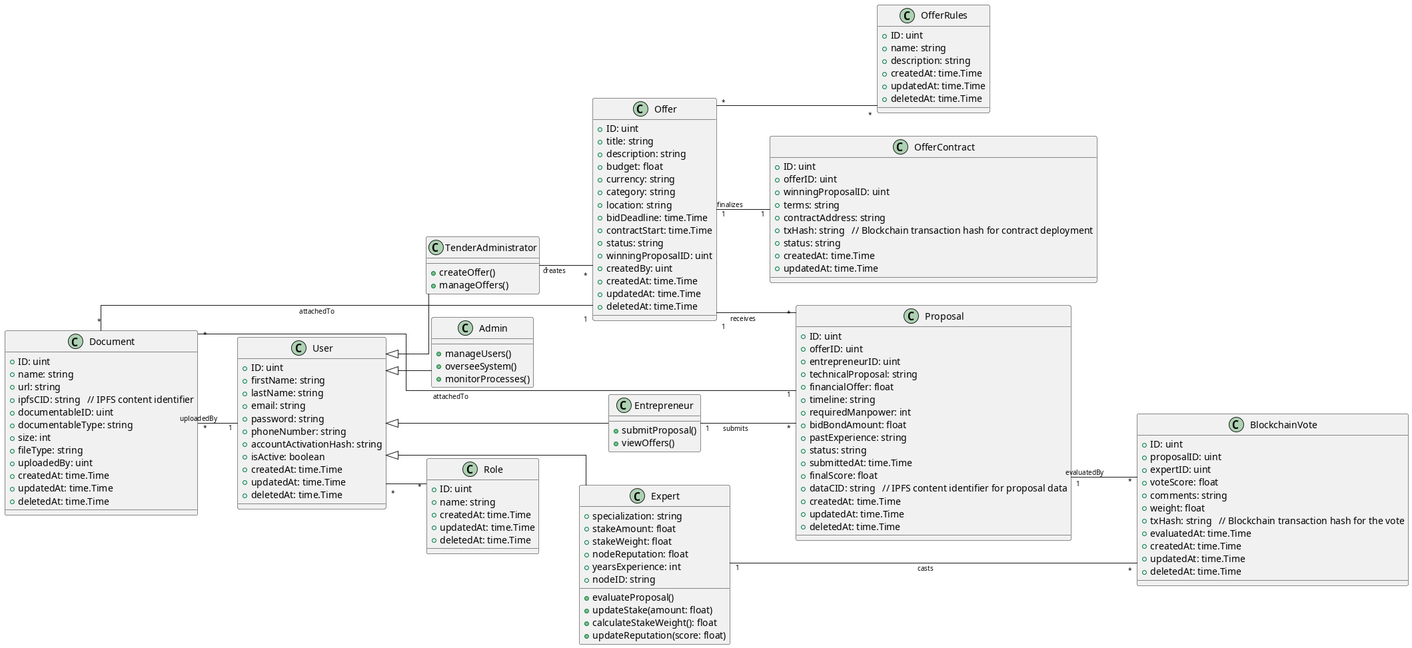
Earlier version of the PlantUML export UML/class.png (Brondont/Anchora).
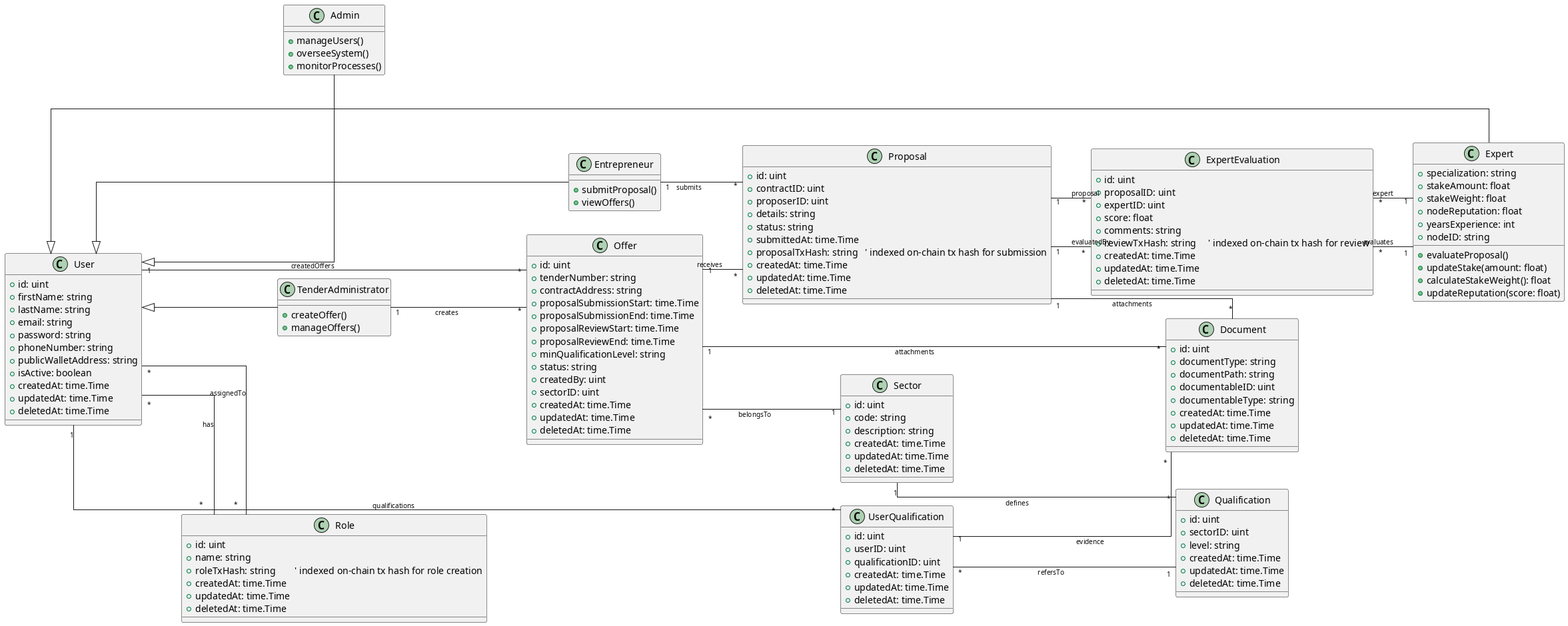
After the commit.

Change to the diagram source:
```diff
@@ -4,13 +4,13 @@
 skinparam ArrowFontSize 10
 
 class User {
-  +ID: uint
+  +id: uint
   +firstName: string
   +lastName: string
   +email: string
   +password: string
   +phoneNumber: string
-  +accountActivationHash: string
+  +publicWalletAddress: string
   +isActive: boolean
   +createdAt: time.Time
   +updatedAt: time.Time
@@ -47,98 +47,92 @@
 }
 
 class Role {
-  +ID: uint
+  +id: uint
   +name: string
+  +roleTxHash: string        ' indexed on-chain tx hash for role creation
+  +createdAt: time.Time
+  +updatedAt: time.Time
+  +deletedAt: time.Time
+}
+
+class Sector {
+  +id: uint
+  +code: string
+  +description: string
   +createdAt: time.Time
   +updatedAt: time.Time
   +deletedAt: time.Time
 }
 
 class Offer {
-  +ID: uint
-  +title: string
-  +description: string
-  +budget: float
-  +currency: string
-  +category: string
-  +location: string
-  +bidDeadline: time.Time
-  +contractStart: time.Time
+  +id: uint
+  +tenderNumber: string
+  +contractAddress: string
+  +proposalSubmissionStart: time.Time
+  +proposalSubmissionEnd: time.Time
+  +proposalReviewStart: time.Time
+  +proposalReviewEnd: time.Time
+  +minQualificationLevel: string
   +status: string
-  +winningProposalID: uint
   +createdBy: uint
+  +sectorID: uint
   +createdAt: time.Time
   +updatedAt: time.Time
   +deletedAt: time.Time
 }
 
 class Proposal {
-  +ID: uint
-  +offerID: uint
-  +entrepreneurID: uint
-  +technicalProposal: string
-  +financialOffer: float
-  +timeline: string
-  +requiredManpower: int
-  +bidBondAmount: float
-  +pastExperience: string
+  +id: uint
+  +contractID: uint
+  +proposerID: uint
+  +details: string
   +status: string
   +submittedAt: time.Time
-  +finalScore: float
-  +dataCID: string   // IPFS content identifier for proposal data
+  +proposalTxHash: string   ' indexed on-chain tx hash for submission
   +createdAt: time.Time
   +updatedAt: time.Time
   +deletedAt: time.Time
 }
 
-class BlockchainVote {
-  +ID: uint
+class ExpertEvaluation {
+  +id: uint
   +proposalID: uint
   +expertID: uint
-  +voteScore: float
+  +score: float
   +comments: string
-  +weight: float
-  +txHash: string   // Blockchain transaction hash for the vote
-  +evaluatedAt: time.Time
+  +reviewTxHash: string     ' indexed on-chain tx hash for review
+  +createdAt: time.Time
+  +updatedAt: time.Time
+  +deletedAt: time.Time
+}
+
+class Qualification {
+  +id: uint
+  +sectorID: uint
+  +level: string
+  +createdAt: time.Time
+  +updatedAt: time.Time
+  +deletedAt: time.Time
+}
+
+class UserQualification {
+  +id: uint
+  +userID: uint
+  +qualificationID: uint
   +createdAt: time.Time
   +updatedAt: time.Time
   +deletedAt: time.Time
 }
 
 class Document {
-  +ID: uint
-  +name: string
-  +url: string
-  +ipfsCID: string   // IPFS content identifier
+  +id: uint
+  +documentType: string
+  +documentPath: string
   +documentableID: uint
   +documentableType: string
-  +size: int
-  +fileType: string
-  +uploadedBy: uint
   +createdAt: time.Time
   +updatedAt: time.Time
   +deletedAt: time.Time
-}
-
-class OfferRules {
-  +ID: uint
-  +name: string
-  +description: string
-  +createdAt: time.Time
-  +updatedAt: time.Time
-  +deletedAt: time.Time
-}
-
-class OfferContract {
-  +ID: uint
-  +offerID: uint
-  +winningProposalID: uint
-  +terms: string
-  +contractAddress: string
-  +txHash: string   // Blockchain transaction hash for contract deployment
-  +status: string
-  +createdAt: time.Time
-  +updatedAt: time.Time
 }
 
 User <|-- Admin
@@ -146,19 +140,27 @@
 User <|-- TenderAdministrator
 User <|-- Expert
 
-User "*" -- "*" Role
+User "*" -- "*" Role                  : has
+Role "*" -- "*" User                  : assignedTo
 
-TenderAdministrator "1" -- "*" Offer : creates
-Entrepreneur "1" -- "*" Proposal : submits
-Offer "1" -- "*" Proposal : receives
-Expert "1" -- "*" BlockchainVote : casts
-Proposal "1" -- "*" BlockchainVote : evaluatedBy
+User "1" -- "*" UserQualification      : qualifications
+UserQualification "*" -- "1" Qualification : refersTo
+UserQualification "1" -- "*" Document      : evidence
 
-Offer "1" -- "1" OfferContract : finalizes
+TenderAdministrator "1" -- "*" Offer  : creates
+User "1" -- "*" Offer                 : createdOffers
+Offer "*" -- "1" Sector               : belongsTo
+Sector "1" -- "*" Qualification       : defines
 
-Offer "*" -- "*" OfferRules
-Document "*" -- "1" Offer : attachedTo
-Document "*" -- "1" Proposal : attachedTo
-Document "*" -- "1" User : uploadedBy
+Entrepreneur "1" -- "*" Proposal      : submits
+Offer "1" -- "*" Proposal             : receives
+Proposal "1" -- "*" Document          : attachments
+
+Expert "1" -- "*" ExpertEvaluation    : evaluates
+Proposal "1" -- "*" ExpertEvaluation  : evaluatedBy
+ExpertEvaluation "*" -- "1" Expert    : expert
+ExpertEvaluation "*" -- "1" Proposal  : proposal
+
+Offer "1" -- "*" Document             : attachments
 
 @enduml
```
